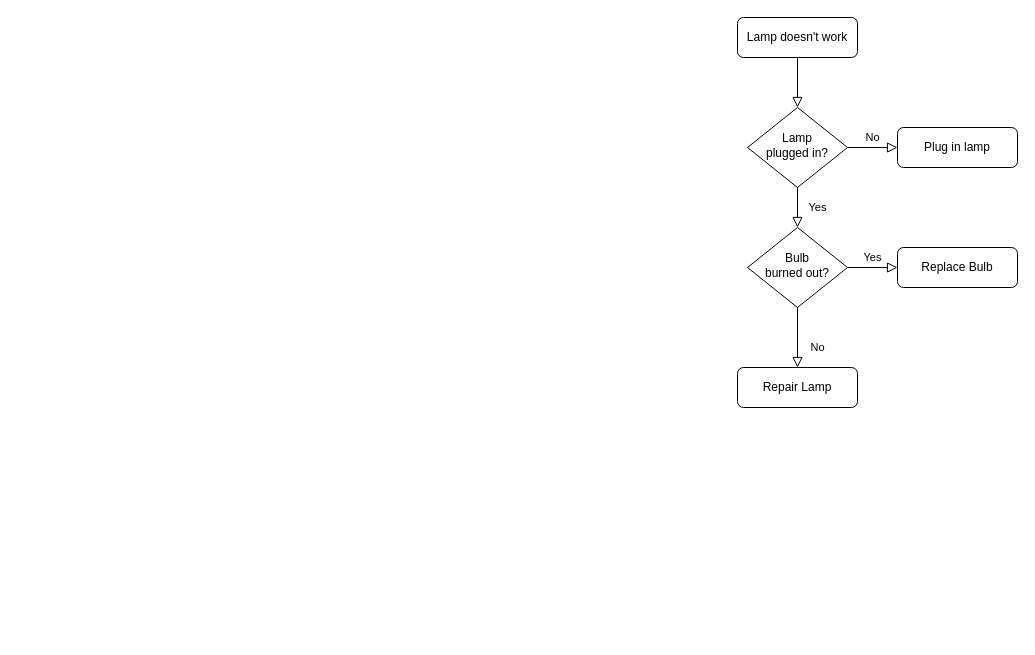
The draw.io diagram docker-swarm-cicd-method.drawio in oasisnoehub/DevOps, before the edit. Source tidied: cells renumbered, new cells numbered last; positions are measured from the earlier drawing's top-left corner, leaving out a move shared by most shapes. Both pictures are drawn from the tidied source at 100%, with x=0, y=0 at pixel (737, 17).
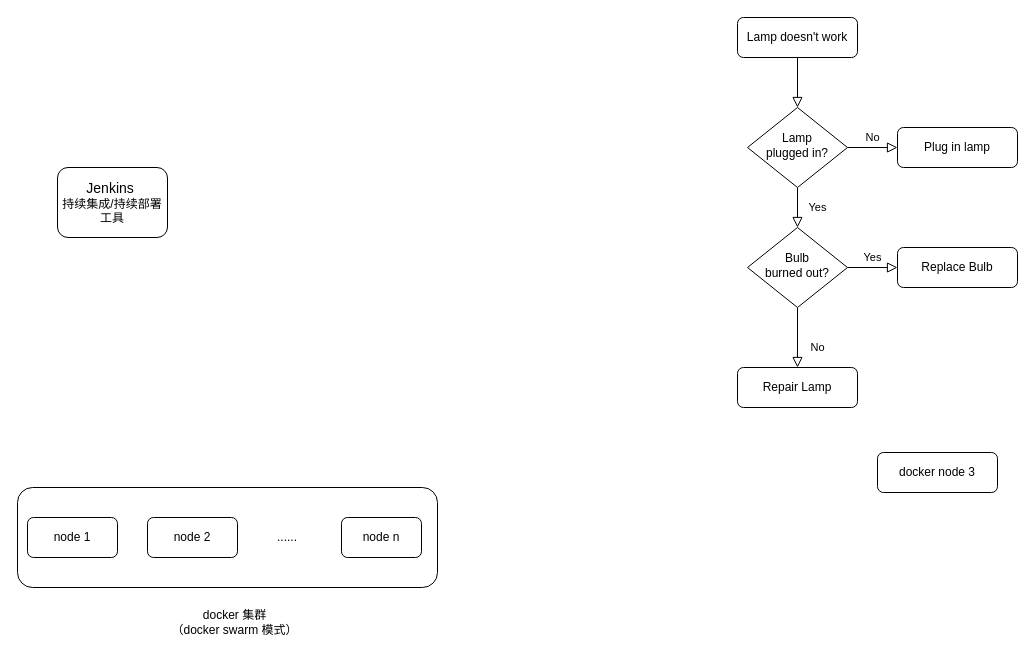
The same page after the edit.

The edit, as a diff of the source:
```diff
@@
+    <mxCell id="13" style="rounded=1;whiteSpace=wrap;html=1;fontSize=12;glass=0;strokeWidth=1;shadow=0;" parent="1" vertex="1">
+      <mxGeometry x="-720" y="470" width="420" height="100" as="geometry" />
+    </mxCell>
@@
+    <mxCell id="14" value="&lt;font style=&quot;font-size: 14px;&quot;&gt;Jenkins&amp;nbsp;&lt;/font&gt;&lt;div&gt;持续集成/持续部署工具&lt;/div&gt;" style="rounded=1;whiteSpace=wrap;html=1;fontSize=12;glass=0;strokeWidth=1;shadow=0;" parent="1" vertex="1">
+      <mxGeometry x="-680" y="150" width="110" height="70" as="geometry" />
+    </mxCell>
+    <mxCell id="15" value="node 1" style="rounded=1;whiteSpace=wrap;html=1;fontSize=12;glass=0;strokeWidth=1;shadow=0;" parent="1" vertex="1">
+      <mxGeometry x="-710" y="500" width="90" height="40" as="geometry" />
+    </mxCell>
+    <mxCell id="16" value="node 2" style="rounded=1;whiteSpace=wrap;html=1;fontSize=12;glass=0;strokeWidth=1;shadow=0;" parent="1" vertex="1">
+      <mxGeometry x="-590" y="500" width="90" height="40" as="geometry" />
+    </mxCell>
+    <mxCell id="17" value="docker node 3" style="rounded=1;whiteSpace=wrap;html=1;fontSize=12;glass=0;strokeWidth=1;shadow=0;" parent="1" vertex="1">
+      <mxGeometry x="140" y="435" width="120" height="40" as="geometry" />
+    </mxCell>
+    <mxCell id="18" value="node n" style="rounded=1;whiteSpace=wrap;html=1;fontSize=12;glass=0;strokeWidth=1;shadow=0;" parent="1" vertex="1">
+      <mxGeometry x="-396" y="500" width="80" height="40" as="geometry" />
+    </mxCell>
+    <mxCell id="19" value="docker 集群&lt;br&gt;（docker swarm 模式）" style="text;html=1;align=center;verticalAlign=middle;whiteSpace=wrap;rounded=0;" parent="1" vertex="1">
+      <mxGeometry x="-580" y="590" width="155" height="30" as="geometry" />
+    </mxCell>
+    <mxCell id="20" value="......" style="text;html=1;align=center;verticalAlign=middle;whiteSpace=wrap;rounded=0;" parent="1" vertex="1">
+      <mxGeometry x="-490" y="505" width="80" height="30" as="geometry" />
+    </mxCell>
```
